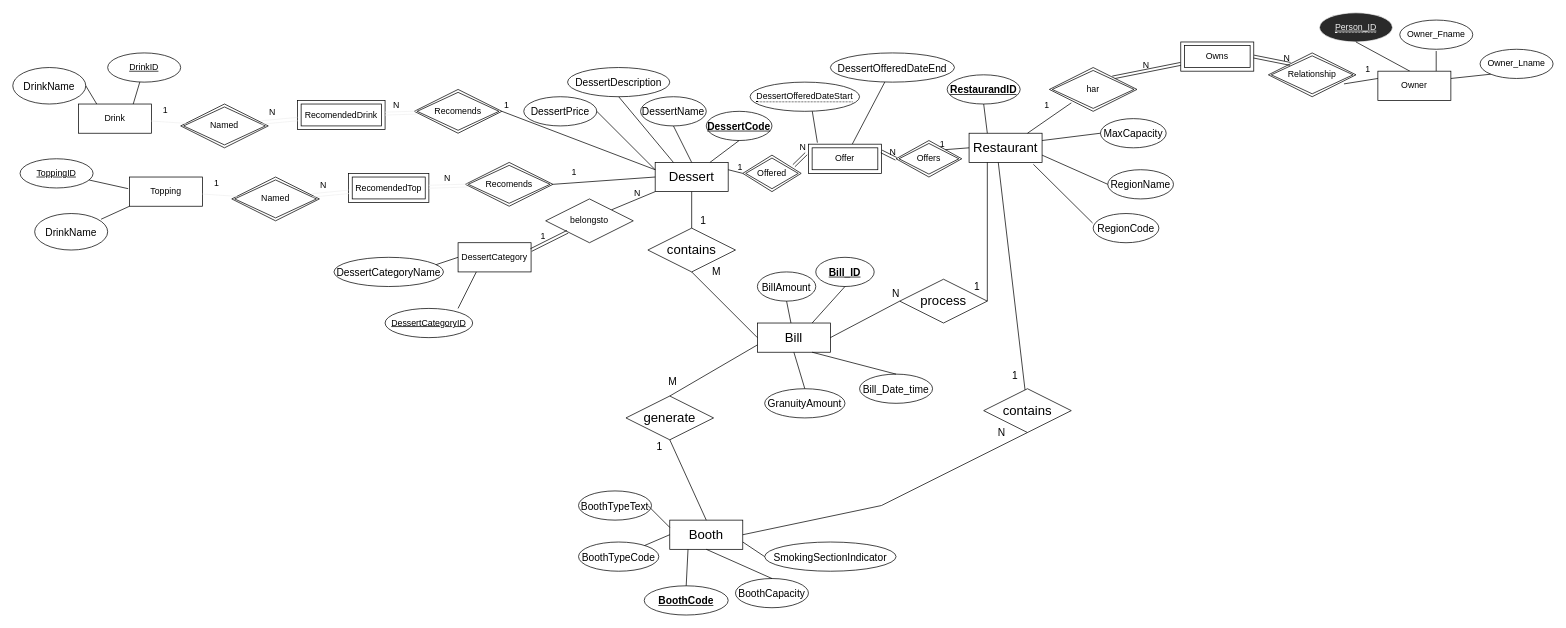
Earlier version of the draw.io diagram Labb3/N2/Dessert_DiagramN2.drawio (PyroG8r/Databaser-DT139G). Source tidied: cells renumbered, new cells numbered last; positions are measured from the earlier drawing's top-left corner, leaving out a move shared by most shapes. Both pictures are drawn from the tidied source at 73%, with x=0, y=0 at pixel (12, 12).
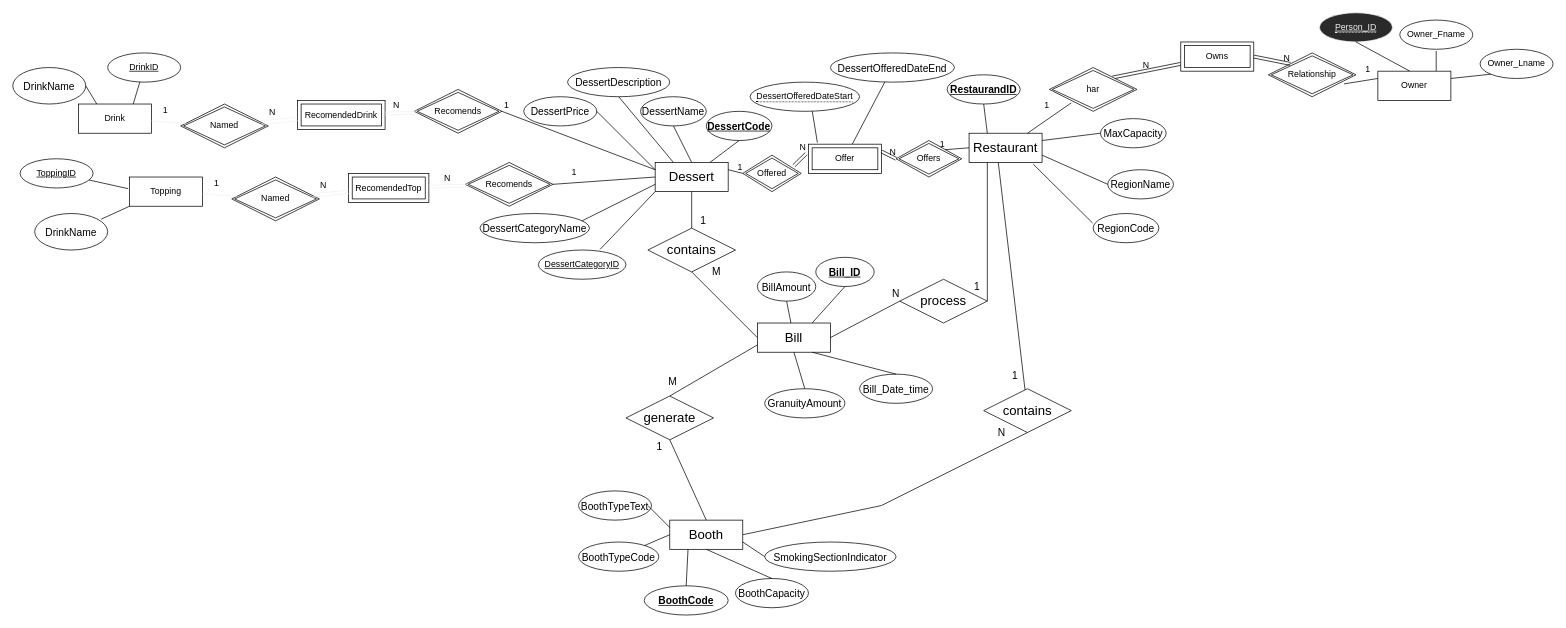
After the change.

The change refers to these unchanged cells:
```xml
<mxCell id="5" value="&lt;font style=&quot;font-size: 18px&quot;&gt;Dessert&lt;/font&gt;" style="whiteSpace=wrap;html=1;align=center;" parent="1" vertex="1">
  <mxGeometry x="880" y="205" width="100" height="40" as="geometry" />
</mxCell>
```

The edit, as a diff of the source:
```diff
@@
-    <mxCell id="26" style="endArrow=none;html=1;rounded=0;fontSize=18;exitX=0;exitY=1;exitDx=0;exitDy=0;entryX=1;entryY=0;entryDx=0;entryDy=0;" parent="1" edge="1" source="5" target="108">
-      <mxGeometry relative="1" as="geometry" />
-    </mxCell>
@@
     <mxCell id="103" value="&lt;font style=&quot;font-size: 14px&quot;&gt;DessertCategoryName&lt;/font&gt;" style="ellipse;whiteSpace=wrap;html=1;align=center;fontSize=18;" parent="1" vertex="1">
-      <mxGeometry x="440" y="335" width="150" height="40" as="geometry" />
+      <mxGeometry x="640" y="275" width="150" height="40" as="geometry" />
     </mxCell>
-    <mxCell id="104" style="endArrow=none;html=1;rounded=0;fontSize=18;exitX=0;exitY=0.5;exitDx=0;exitDy=0;entryX=0.933;entryY=0.25;entryDx=0;entryDy=0;entryPerimeter=0;" parent="1" edge="1" source="105" target="103">
+    <mxCell id="104" style="endArrow=none;html=1;rounded=0;fontSize=18;exitX=0;exitY=0.75;exitDx=0;exitDy=0;entryX=0.933;entryY=0.25;entryDx=0;entryDy=0;entryPerimeter=0;" parent="1" edge="1" source="5" target="103">
       <mxGeometry relative="1" as="geometry" />
     </mxCell>
-    <mxCell id="105" value="DessertCategory" style="whiteSpace=wrap;html=1;align=center;" parent="1" vertex="1">
-      <mxGeometry x="610" y="315" width="100" height="40" as="geometry" />
-    </mxCell>
     <mxCell id="106" value="DessertCategoryID" style="ellipse;whiteSpace=wrap;html=1;align=center;fontStyle=4;" parent="1" vertex="1">
-      <mxGeometry x="510" y="405" width="120" height="40" as="geometry" />
+      <mxGeometry x="720" y="325" width="120" height="40" as="geometry" />
     </mxCell>
-    <mxCell id="107" style="endArrow=none;html=1;rounded=0;exitX=0.833;exitY=0;exitDx=0;exitDy=0;exitPerimeter=0;entryX=0.25;entryY=1;entryDx=0;entryDy=0;" parent="1" edge="1" source="106" target="105">
+    <mxCell id="107" style="endArrow=none;html=1;rounded=0;exitX=0.704;exitY=-0.02;exitDx=0;exitDy=0;exitPerimeter=0;entryX=0;entryY=1;entryDx=0;entryDy=0;" parent="1" edge="1" source="106" target="5">
       <mxGeometry relative="1" as="geometry" />
     </mxCell>
-    <mxCell id="108" value="belongsto" style="shape=rhombus;perimeter=rhombusPerimeter;whiteSpace=wrap;html=1;align=center;" parent="1" vertex="1">
-      <mxGeometry x="730" y="255" width="120" height="60" as="geometry" />
-    </mxCell>
-    <mxCell id="109" value="N" style="html=1;align=right;verticalAlign=bottom;" parent="1" vertex="1">
-      <mxGeometry x="859.8" y="255.1" as="geometry" />
-    </mxCell>
-    <mxCell id="110" style="shape=link;html=1;rounded=0;exitX=1;exitY=0.25;exitDx=0;exitDy=0;" parent="1" edge="1" source="105" target="108">
-      <mxGeometry relative="1" as="geometry" />
-    </mxCell>
-    <mxCell id="111" value="1" style="html=1;align=right;verticalAlign=bottom;" parent="110" vertex="1">
-      <mxGeometry x="1" relative="1" as="geometry">
-        <mxPoint x="-30" y="15" as="offset" />
-      </mxGeometry>
-    </mxCell>
```
